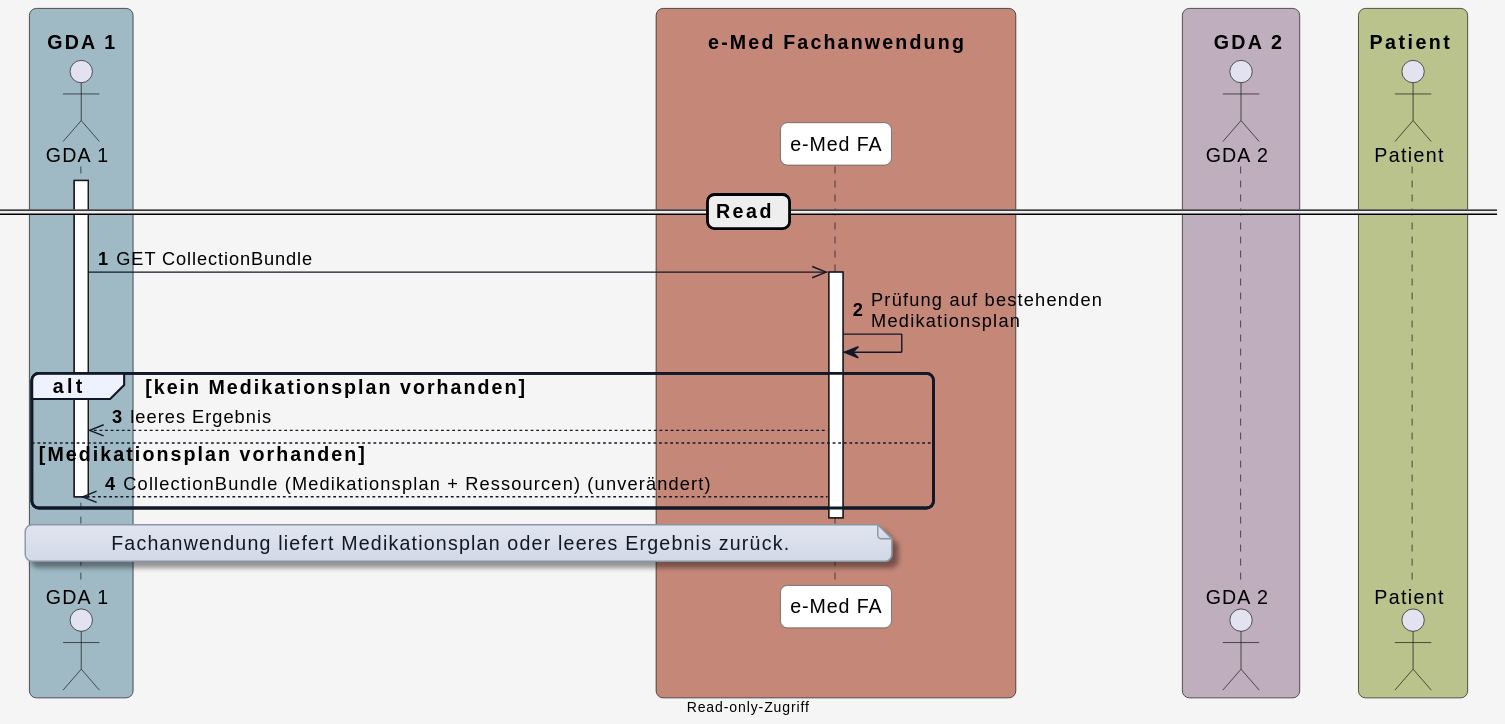
Earlier version of the PlantUML export r4-ELGA-e-Medikation-main/plantuml/diagram_read.svg (HL7Austria/hl7austria.github.io). Source of this version:
```plantuml
@startuml
skinparam borderColor #000000
skinparam backgroundColor #f5f5f5
skinparam shadowing false
skinparam roundCorner 10
skinparam defaultFontName "Arial"
skinparam defaultFontSize 14
skinparam defaultFontColor #000000

skinparam note {
  BackgroundColor #e0e5f0-#d1d9e6
  BorderColor #8b95a5
  BorderThickness 1
  RoundCorner 8
  Padding 6
  FontColor #111827
  Shadowing true
}

skinparam HyperlinkColor #0000EE
skinparam HyperlinkUnderline false

skinparam sequence {
  ParticipantBorderColor #555555
  ParticipantBackgroundColor #ffffff
  ParticipantFontColor #000000
  ParticipantFontSize 14
  ParticipantPadding 20
  ArrowColor #111827
  ArrowThickness 1
  ArrowFontColor #000000
  ArrowFontSize 13
  GroupBorderColor #111827
  GroupBackgroundColor #eef2ff
  GroupBorderThickness 2
}

skinparam BoxPadding 20
skinparam BoxBorderColor #555555

box "\n  GDA 1  " #9fbac4
  actor GDA_1 as "GDA 1"
end box

box "\n       e-Med Fachanwendung       " #C48778
  participant eMed_FA as "e-Med FA"
end box

box "\n    GDA 2  " #beaebe
  actor GDA_2 as "GDA 2"
end box

box "\n Patient  " #bac38b
  actor Patient as "Patient"
end box


autonumber

== Read ==
activate GDA_1
GDA_1 ->> eMed_FA: GET CollectionBundle

activate eMed_FA
eMed_FA -> eMed_FA: Prüfung auf bestehenden\nMedikationsplan

alt kein Medikationsplan vorhanden
  eMed_FA -->> GDA_1: leeres Ergebnis
else Medikationsplan vorhanden
  eMed_FA -->> GDA_1: CollectionBundle (Medikationsplan + Ressourcen) (unverändert)
  deactivate GDA_1
end
deactivate eMed_FA

note over GDA_1, eMed_FA
Fachanwendung liefert Medikationsplan oder leeres Ergebnis zurück.
end note

center footer Read-only-Zugriff
@enduml
```
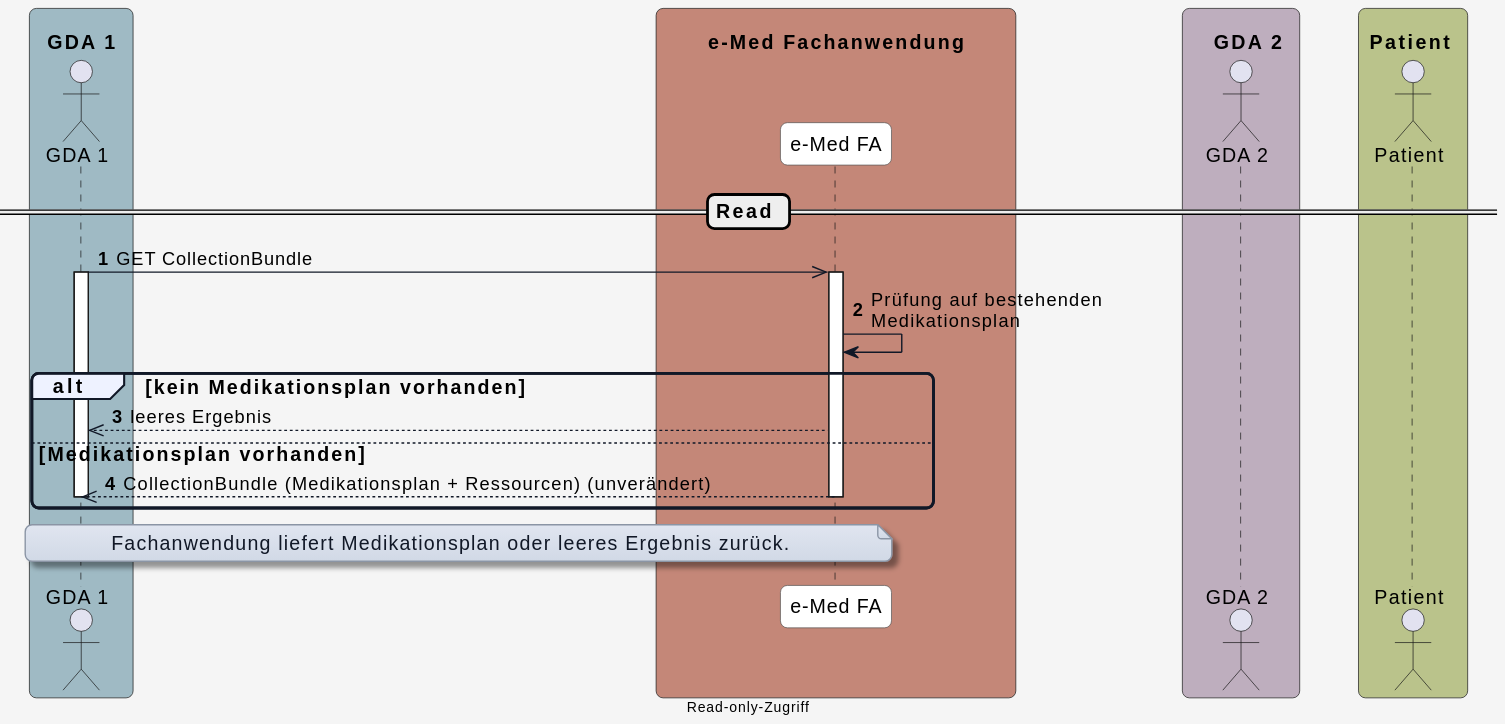
After the change.

What changed in the source:
```diff
@@ -58,8 +58,9 @@
 autonumber
 
 == Read ==
+
+GDA_1 ->> eMed_FA: GET CollectionBundle
 activate GDA_1
-GDA_1 ->> eMed_FA: GET CollectionBundle
 
 activate eMed_FA
 eMed_FA -> eMed_FA: Prüfung auf bestehenden\nMedikationsplan
@@ -69,8 +70,9 @@
 else Medikationsplan vorhanden
   eMed_FA -->> GDA_1: CollectionBundle (Medikationsplan + Ressourcen) (unverändert)
   deactivate GDA_1
+  deactivate eMed_FA
 end
-deactivate eMed_FA
+
 
 note over GDA_1, eMed_FA
 Fachanwendung liefert Medikationsplan oder leeres Ergebnis zurück.
```
